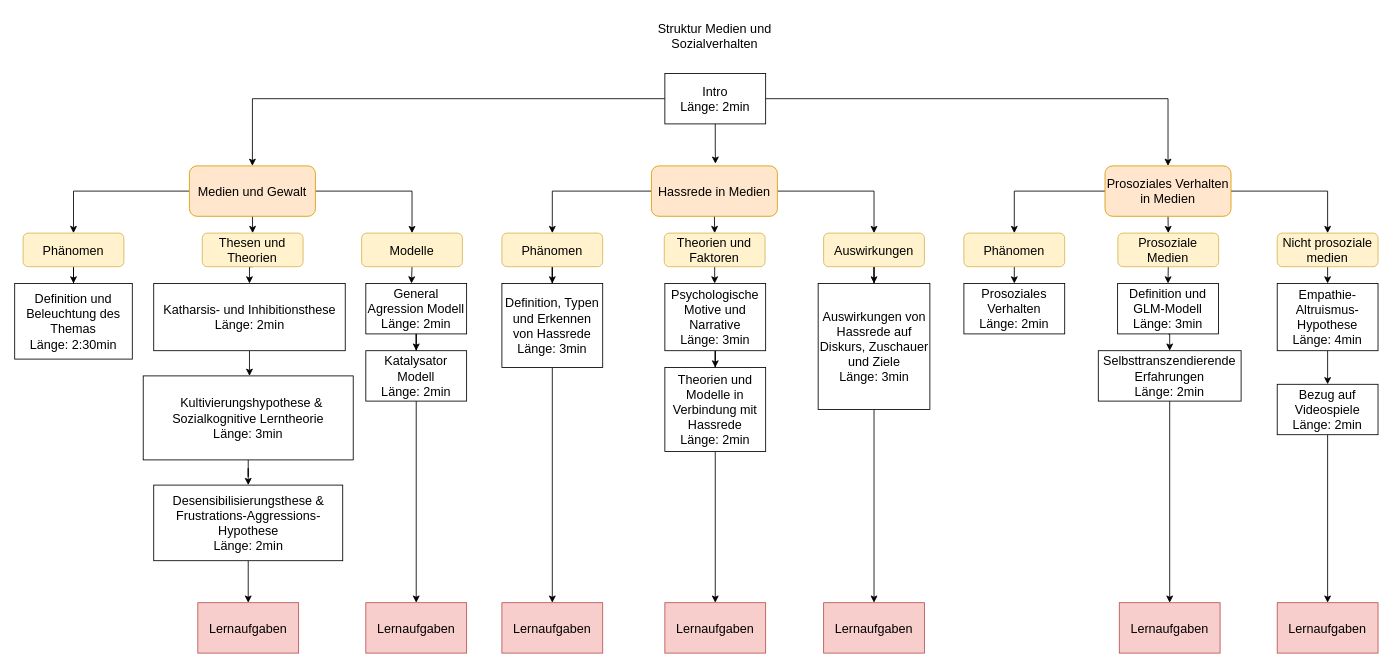
This is Unbenanntes Diagramm.drawio from huehneja/EIA1_WiSe2021, a draw.io file, before an edit. Source tidied: cells renumbered, new cells numbered last; positions are measured from the earlier drawing's top-left corner, leaving out a move shared by most shapes. Both pictures are drawn from the tidied source at 84%, with x=0, y=0 at pixel (14, 14).
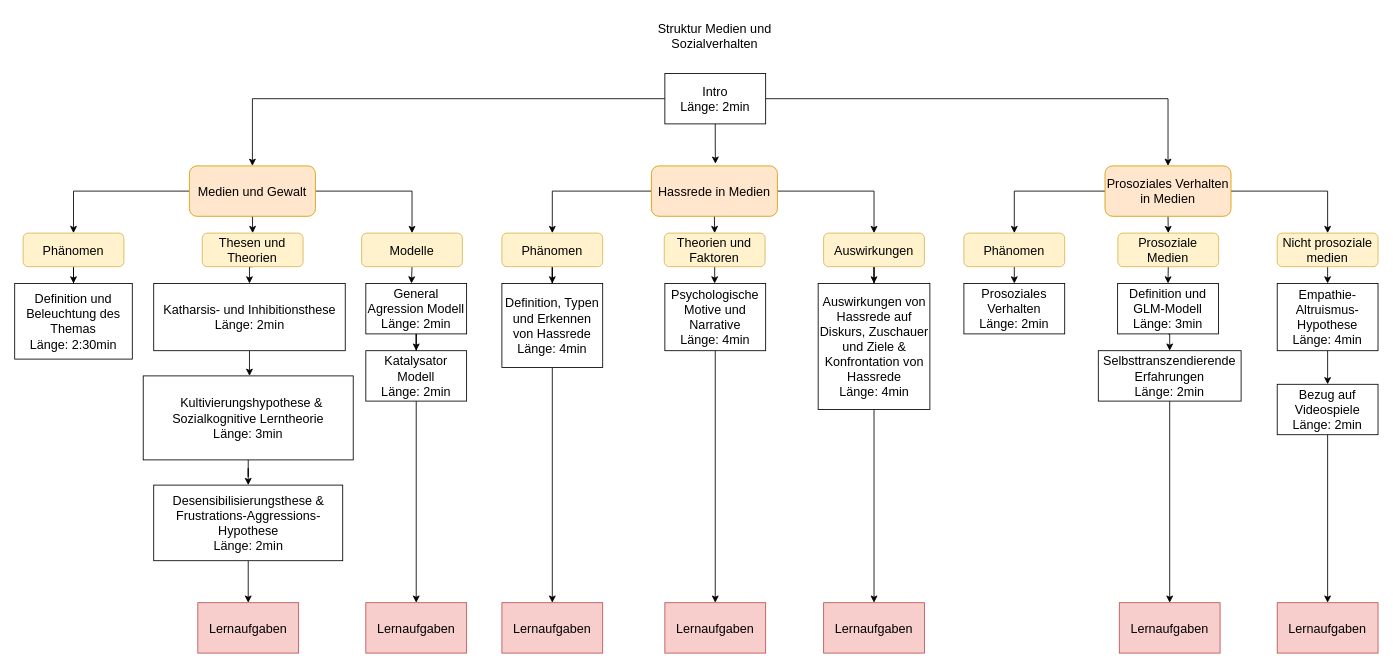
After the change.

Unchanged cells that the change refers to:
```xml
<mxCell id="58" value="Lernaufgaben" style="rounded=0;whiteSpace=wrap;html=1;fontSize=15;fillColor=#f8cecc;strokeColor=#b85450;" parent="1" vertex="1">
  <mxGeometry x="774" y="700" width="120" height="60" as="geometry" />
</mxCell>
```

Change to the diagram source:
```diff
@@
-    <mxCell id="50" value="Definition, Typen und Erkennen von Hassrede&lt;br style=&quot;font-size: 15px;&quot;&gt;Länge: 3min" style="rounded=0;whiteSpace=wrap;html=1;fontSize=15;" parent="1" vertex="1">
+    <mxCell id="50" value="Definition, Typen und Erkennen von Hassrede&lt;br style=&quot;font-size: 15px;&quot;&gt;Länge: 4min" style="rounded=0;whiteSpace=wrap;html=1;fontSize=15;" parent="1" vertex="1">
       <mxGeometry x="580" y="320" width="120" height="100" as="geometry" />
     </mxCell>
-    <mxCell id="51" style="edgeStyle=orthogonalEdgeStyle;rounded=0;jettySize=auto;html=1;" parent="1" edge="1" source="52" target="54">
-      <mxGeometry relative="1" as="geometry" />
-    </mxCell>
+    <mxCell id="72" style="edgeStyle=orthogonalEdgeStyle;rounded=0;jettySize=auto;html=1;entryX=0.5;entryY=0;entryDx=0;entryDy=0;" parent="1" edge="1" source="52" target="58">
+      <mxGeometry relative="1" as="geometry" />
+    </mxCell>
-    <mxCell id="52" value="Psychologische Motive und Narrative&lt;br&gt;Länge: 3min" style="rounded=0;whiteSpace=wrap;html=1;fontSize=15;" parent="1" vertex="1">
+    <mxCell id="52" value="Psychologische Motive und Narrative&lt;br&gt;Länge: 4min" style="rounded=0;whiteSpace=wrap;html=1;fontSize=15;" parent="1" vertex="1">
       <mxGeometry x="774" y="320" width="120" height="80" as="geometry" />
     </mxCell>
-    <mxCell id="53" style="edgeStyle=orthogonalEdgeStyle;rounded=0;jettySize=auto;html=1;" parent="1" edge="1" source="54" target="58">
-      <mxGeometry relative="1" as="geometry" />
-    </mxCell>
-    <mxCell id="54" value="Theorien und Modelle in Verbindung mit Hassrede&lt;br&gt;Länge: 2min" style="rounded=0;whiteSpace=wrap;html=1;fontSize=15;" parent="1" vertex="1">
-      <mxGeometry x="774" y="420" width="120" height="100" as="geometry" />
-    </mxCell>
@@
-    <mxCell id="56" value="&lt;font style=&quot;font-size: 15px;&quot;&gt;Auswirkungen von Hassrede auf Diskurs, Zuschauer und Ziele&lt;br&gt;Länge: 3min&lt;br&gt;&lt;/font&gt;" style="rounded=0;whiteSpace=wrap;html=1;" parent="1" vertex="1">
+    <mxCell id="56" value="&lt;font style=&quot;font-size: 15px;&quot;&gt;Auswirkungen von Hassrede auf Diskurs, Zuschauer und Ziele &amp;amp; Konfrontation von Hassrede&lt;br&gt;Länge: 4min&lt;br&gt;&lt;/font&gt;" style="rounded=0;whiteSpace=wrap;html=1;" parent="1" vertex="1">
       <mxGeometry x="956.5" y="320" width="133" height="150" as="geometry" />
     </mxCell>
```
